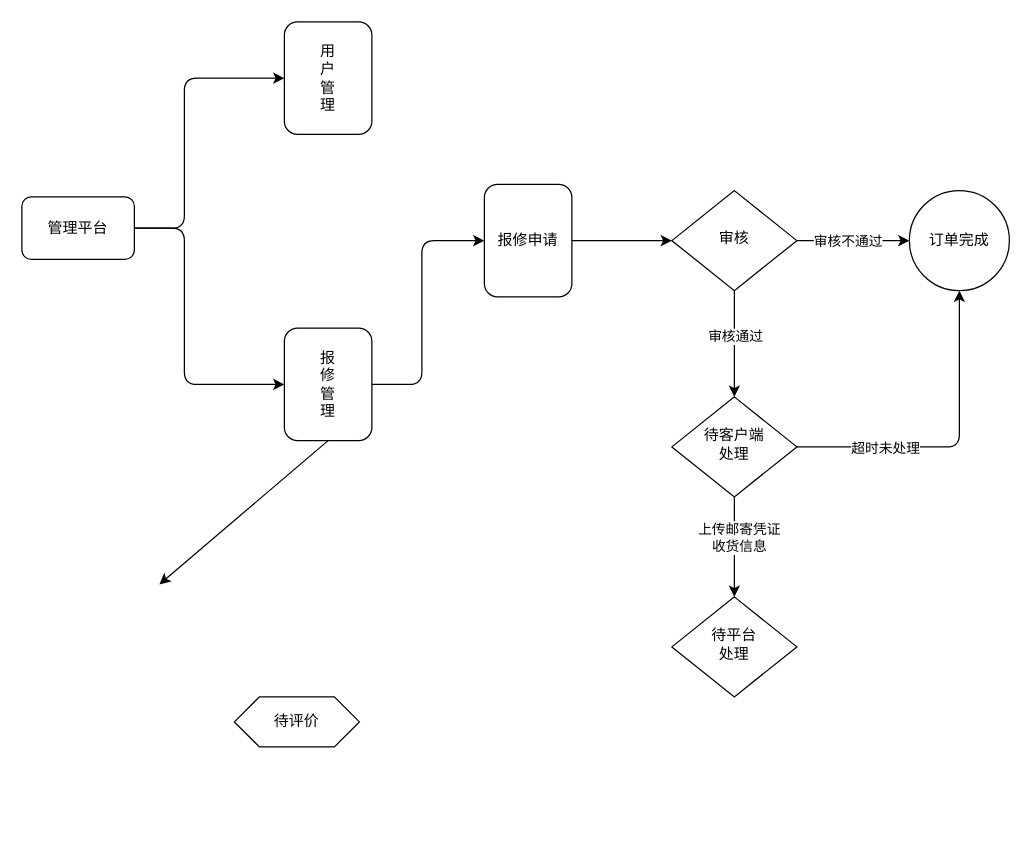
The draw.io diagram 报修管理平台流程图.drawio in wjwsoft/flow_chart, before the edit. Source tidied: cells renumbered, new cells numbered last; positions are measured from the earlier drawing's top-left corner, leaving out a move shared by most shapes. Both pictures are drawn from the tidied source at 125%, with x=0, y=0 at pixel (21, 21).
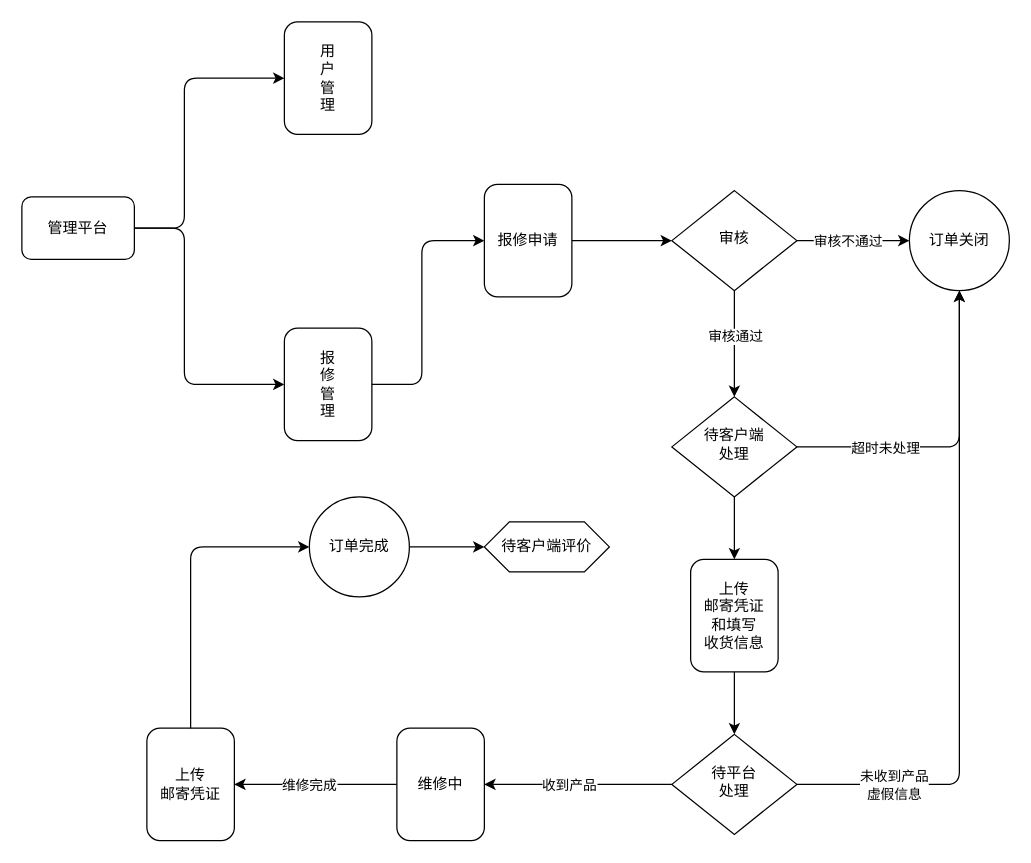
Above is the later version.

Commit message:
Update 报修管理平台流程图.drawio

The change refers to these unchanged cells:
```xml
<mxCell id="8" value="报&lt;br&gt;修&lt;br&gt;管&lt;br&gt;理" style="rounded=1;whiteSpace=wrap;html=1;glass=0;" parent="1" vertex="1">
  <mxGeometry x="210" y="245" width="70" height="90" as="geometry" />
</mxCell>
<mxCell id="17" value="待客户端&lt;br&gt;处理" style="rhombus;whiteSpace=wrap;html=1;shadow=0;fontFamily=Helvetica;fontSize=12;align=center;strokeWidth=1;spacing=6;spacingTop=-4;" parent="1" vertex="1">
  <mxGeometry x="520" y="300" width="100" height="80" as="geometry" />
</mxCell>
```

The edit, as a diff of the source:
```diff
@@
-    <mxCell id="13" value="订单完成" style="ellipse;whiteSpace=wrap;html=1;rounded=0;glass=0;" parent="1" vertex="1">
+    <mxCell id="13" value="订单关闭" style="ellipse;whiteSpace=wrap;html=1;rounded=0;glass=0;" parent="1" vertex="1">
       <mxGeometry x="710" y="135" width="80" height="80" as="geometry" />
     </mxCell>
-    <mxCell id="14" value="待评价" style="shape=hexagon;perimeter=hexagonPerimeter2;whiteSpace=wrap;html=1;fixedSize=1;rounded=0;glass=0;" parent="1" vertex="1">
-      <mxGeometry x="170" y="540" width="100" height="40" as="geometry" />
+    <mxCell id="14" value="待客户端评价" style="shape=hexagon;perimeter=hexagonPerimeter2;whiteSpace=wrap;html=1;fixedSize=1;rounded=0;glass=0;" parent="1" vertex="1">
+      <mxGeometry x="370" y="400" width="100" height="40" as="geometry" />
     </mxCell>
@@
-    <mxCell id="20" style="endArrow=classic;html=1;exitX=0.5;exitY=1;exitDx=0;exitDy=0;" parent="1" edge="1" source="8">
-      <mxGeometry relative="1" as="geometry">
-        <mxPoint x="110" y="450" as="targetPoint" />
-      </mxGeometry>
+    <mxCell id="20" style="endArrow=classic;html=1;entryX=1;entryY=0.5;entryDx=0;entryDy=0;exitX=0;exitY=0.5;exitDx=0;exitDy=0;" parent="1" edge="1" source="27" target="32">
+      <mxGeometry relative="1" as="geometry" />
     </mxCell>
+    <mxCell id="24" value="维修完成" style="edgeLabel;html=1;align=center;verticalAlign=middle;" parent="20" vertex="1">
+      <mxGeometry x="0.37" relative="1" as="geometry">
+        <mxPoint x="18" as="offset" />
+      </mxGeometry>
+    </mxCell>
-    <mxCell id="21" style="endArrow=classic;html=1;exitX=0.5;exitY=1;exitDx=0;exitDy=0;entryX=0.5;entryY=0;entryDx=0;entryDy=0;" parent="1" edge="1" source="17" target="23">
+    <mxCell id="21" style="endArrow=classic;html=1;exitX=0.5;exitY=1;exitDx=0;exitDy=0;entryX=0.5;entryY=0;entryDx=0;entryDy=0;" parent="1" edge="1" source="30" target="23">
       <mxGeometry relative="1" as="geometry" />
     </mxCell>
-    <mxCell id="22" value="上传邮寄凭证&lt;br&gt;收货信息" style="edgeLabel;html=1;align=center;verticalAlign=middle;" parent="21" vertex="1">
-      <mxGeometry x="-0.2" y="3" relative="1" as="geometry" />
-    </mxCell>
     <mxCell id="23" value="待平台&lt;br&gt;处理" style="rhombus;whiteSpace=wrap;html=1;shadow=0;fontFamily=Helvetica;fontSize=12;align=center;strokeWidth=1;spacing=6;spacingTop=-4;" parent="1" vertex="1">
-      <mxGeometry x="520" y="460" width="100" height="80" as="geometry" />
+      <mxGeometry x="520" y="570" width="100" height="80" as="geometry" />
     </mxCell>
+    <mxCell id="25" style="endArrow=classic;html=1;exitX=0;exitY=0.5;exitDx=0;exitDy=0;entryX=1;entryY=0.5;entryDx=0;entryDy=0;" parent="1" edge="1" source="23" target="27">
+      <mxGeometry relative="1" as="geometry" />
+    </mxCell>
+    <mxCell id="26" value="收到产品" style="edgeLabel;html=1;align=center;verticalAlign=middle;" parent="25" vertex="1">
+      <mxGeometry x="0.31" relative="1" as="geometry">
+        <mxPoint x="15" as="offset" />
+      </mxGeometry>
+    </mxCell>
+    <mxCell id="27" value="维修中" style="rounded=1;whiteSpace=wrap;html=1;glass=0;" parent="1" vertex="1">
+      <mxGeometry x="300" y="565" width="70" height="90" as="geometry" />
+    </mxCell>
+    <mxCell id="28" style="endArrow=classic;html=1;entryX=0.5;entryY=1;entryDx=0;entryDy=0;exitX=1;exitY=0.5;exitDx=0;exitDy=0;" parent="1" edge="1" source="23" target="13">
+      <mxGeometry relative="1" as="geometry">
+        <Array as="points">
+          <mxPoint x="750" y="610" />
+        </Array>
+      </mxGeometry>
+    </mxCell>
+    <mxCell id="29" value="未收到产品&lt;br&gt;虚假信息" style="edgeLabel;html=1;align=center;verticalAlign=middle;" parent="28" vertex="1">
+      <mxGeometry x="-0.87" y="1" relative="1" as="geometry">
+        <mxPoint x="43" y="1" as="offset" />
+      </mxGeometry>
+    </mxCell>
+    <mxCell id="30" value="上传&lt;br&gt;邮寄凭证&lt;br&gt;和填写&lt;br&gt;收货信息" style="rounded=1;whiteSpace=wrap;html=1;glass=0;" parent="1" vertex="1">
+      <mxGeometry x="535" y="430" width="70" height="90" as="geometry" />
+    </mxCell>
+    <mxCell id="31" style="endArrow=classic;html=1;exitX=0.5;exitY=1;exitDx=0;exitDy=0;entryX=0.5;entryY=0;entryDx=0;entryDy=0;" parent="1" edge="1" source="17" target="30">
+      <mxGeometry relative="1" as="geometry" />
+    </mxCell>
+    <mxCell id="32" value="上传&lt;br&gt;邮寄凭证" style="rounded=1;whiteSpace=wrap;html=1;glass=0;" parent="1" vertex="1">
+      <mxGeometry x="100" y="565" width="70" height="90" as="geometry" />
+    </mxCell>
+    <mxCell id="33" style="endArrow=classic;html=1;entryX=0;entryY=0.5;entryDx=0;entryDy=0;exitX=0.5;exitY=0;exitDx=0;exitDy=0;" parent="1" edge="1" source="32" target="34">
+      <mxGeometry relative="1" as="geometry">
+        <Array as="points">
+          <mxPoint x="135" y="420" />
+        </Array>
+      </mxGeometry>
+    </mxCell>
+    <mxCell id="34" value="订单完成" style="ellipse;whiteSpace=wrap;html=1;rounded=0;glass=0;" parent="1" vertex="1">
+      <mxGeometry x="230" y="380" width="80" height="80" as="geometry" />
+    </mxCell>
+    <mxCell id="35" style="endArrow=classic;html=1;exitX=1;exitY=0.5;exitDx=0;exitDy=0;entryX=0;entryY=0.5;entryDx=0;entryDy=0;" parent="1" edge="1" source="34" target="14">
+      <mxGeometry relative="1" as="geometry" />
+    </mxCell>
```
